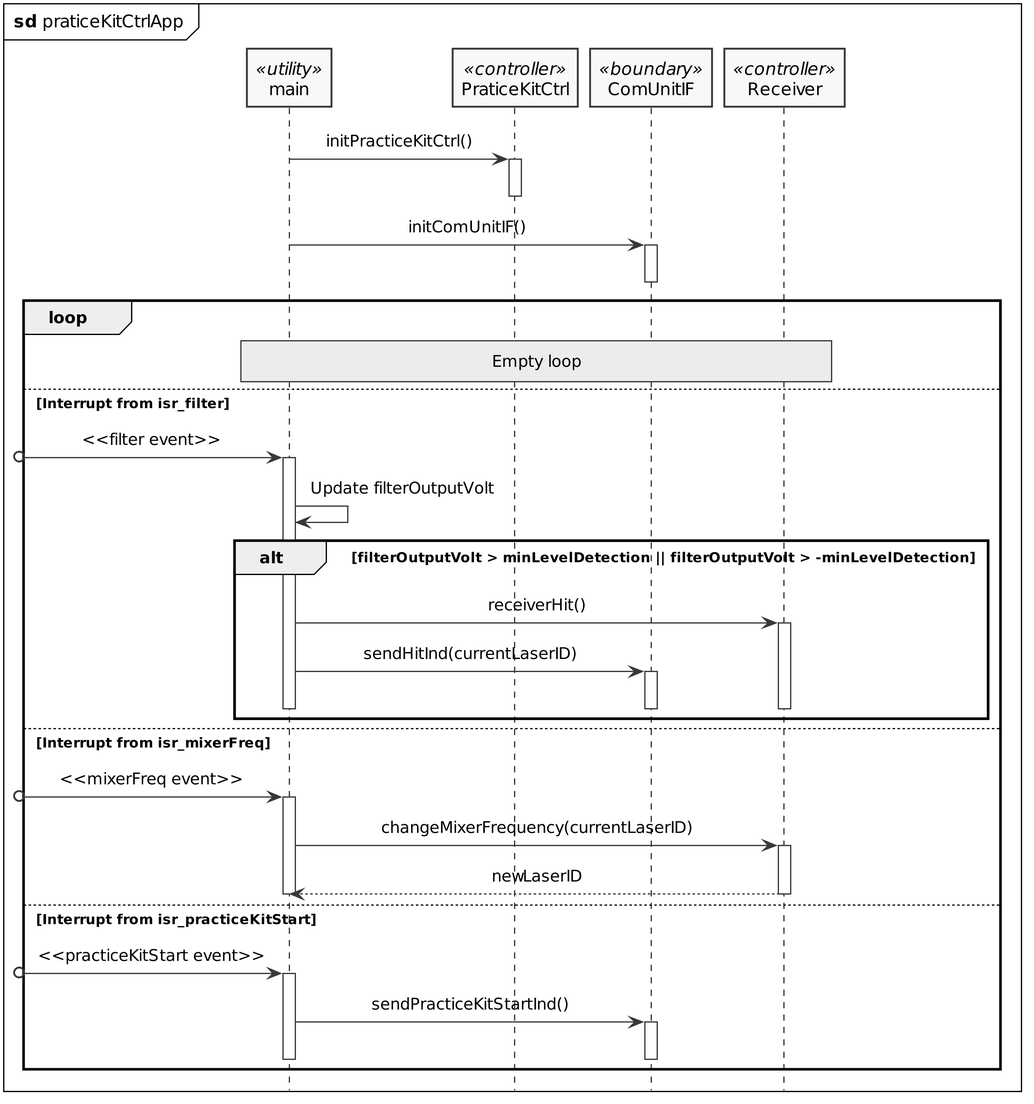
Before: PlantUML/out/practiceKitCtrlApp_sd.png, a diagram exported from PlantUML (LasseKrarup/Laser-Tag-Project).
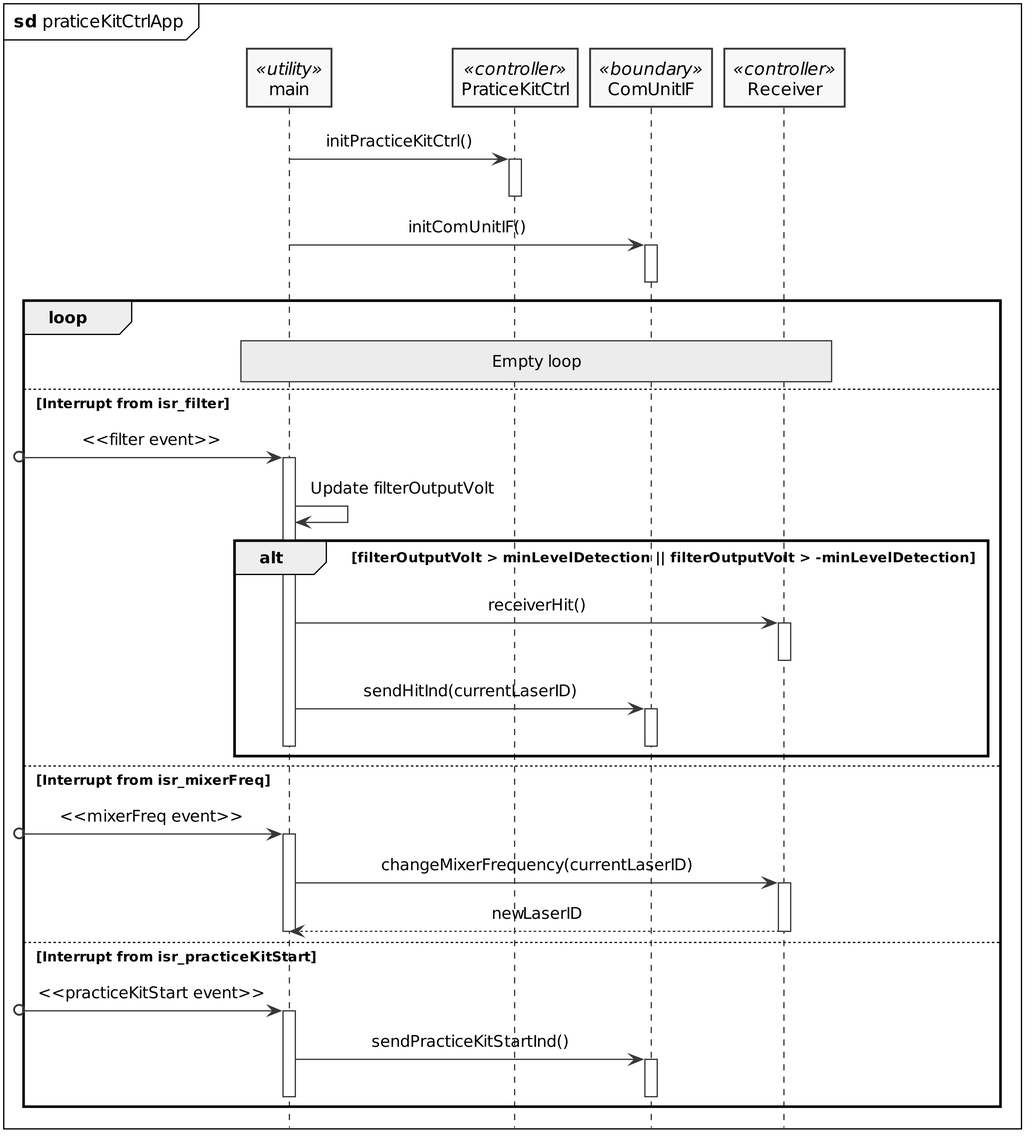
After the commit.

Change to the diagram source:
```diff
@@ -34,10 +34,10 @@
 
     alt filterOutputVolt > minLevelDetection || filterOutputVolt > -minLevelDetection
         main -> Receiver++: receiverHit()
+        deactivate Receiver
         main -> ComUnitIF++: sendHitInd(currentLaserID)
+        deactivate ComUnitIF
         deactivate main
-        deactivate Receiver
-        deactivate ComUnitIF
     end
 
     else Interrupt from isr_mixerFreq
```
